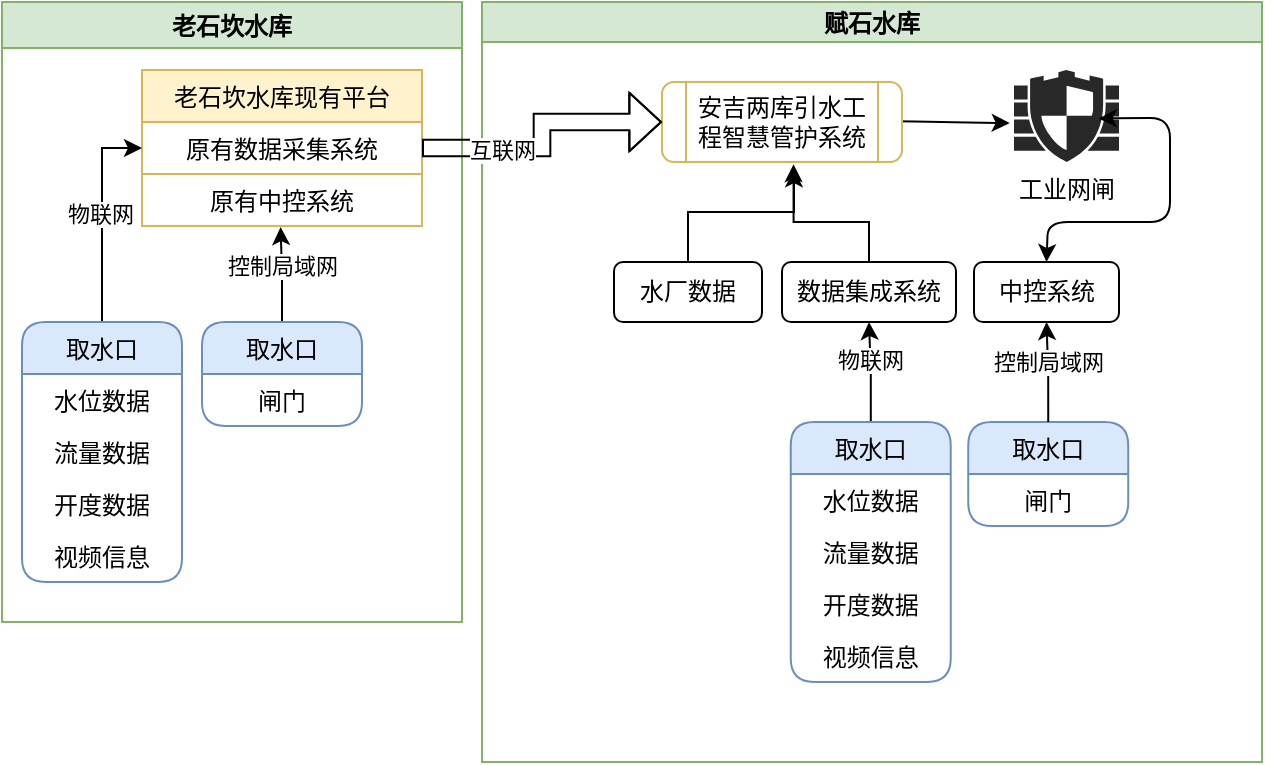
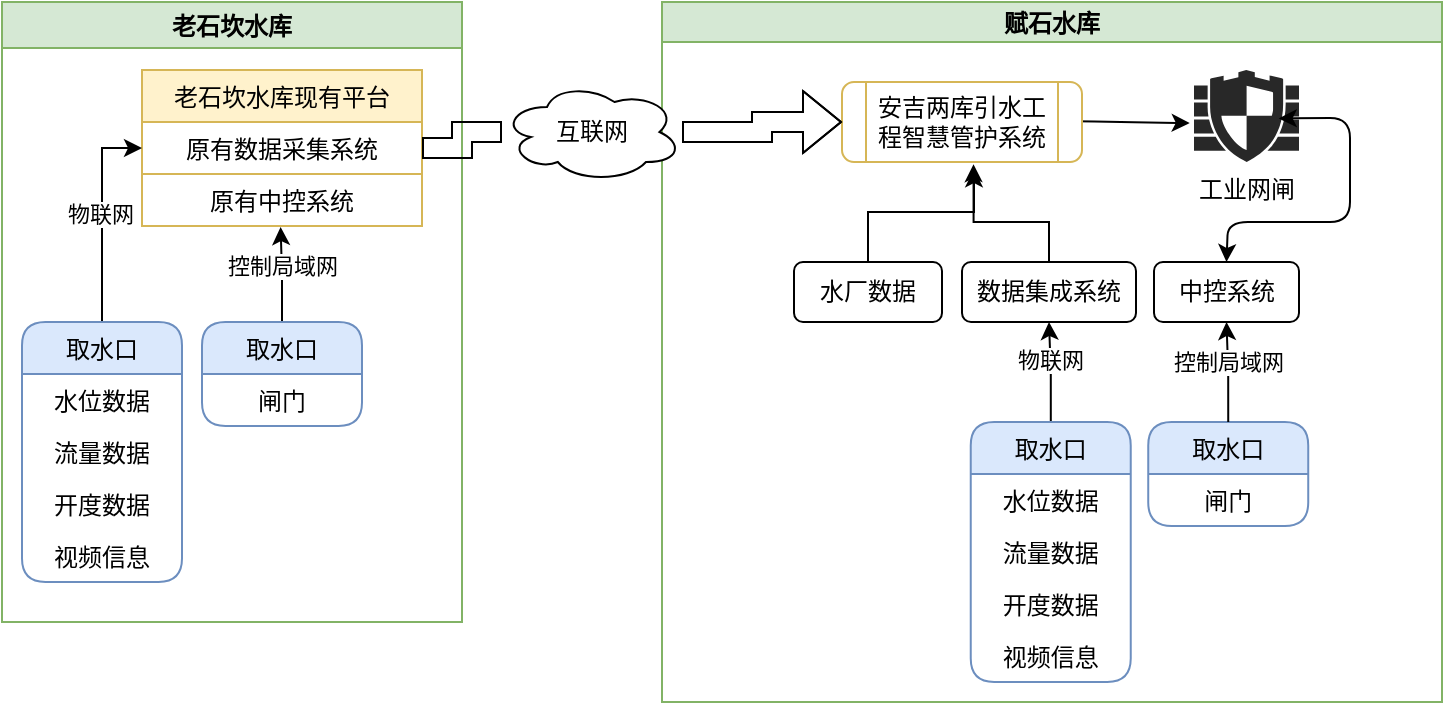
- <mxfile host="app.diagrams.net" modified="2021-09-18T05:41:10.946Z" agent="5.0 (Windows NT 10.0; Win64; x64) AppleWebKit/537.36 (KHTML, like Gecko) Chrome/93.0.4577.82 Safari/537.36 Edg/93.0.961.52" etag="c35yupZSxRiQ1oud-r6r" version="14.8.0" type="github">
+ <mxfile host="app.diagrams.net" modified="2021-09-18T05:45:09.863Z" agent="5.0 (Windows NT 10.0; Win64; x64) AppleWebKit/537.36 (KHTML, like Gecko) Chrome/93.0.4577.82 Safari/537.36 Edg/93.0.961.52" etag="7y-7q9VRdvFOwpdavUjz" version="14.8.0" type="github">
  <diagram id="v89iMYd2DjBNGdAJLiYk" name="Page-1">
    <mxGraphModel dx="683" dy="363" grid="1" gridSize="10" guides="1" tooltips="1" connect="1" arrows="1" fold="1" page="1" pageScale="1" pageWidth="827" pageHeight="1169" math="0" shadow="0">
      <root>
        <mxCell id="0" />
        <mxCell id="1" parent="0" />
        <mxCell id="1meufm5pPCAuNKvldUBH-1" value="老石坎水库" style="swimlane;fillColor=#d5e8d4;strokeColor=#82b366;" parent="1" vertex="1">
-           <mxGeometry x="150" y="130" width="230" height="310" as="geometry">
+           <mxGeometry x="60" y="130" width="230" height="310" as="geometry">
            <mxRectangle x="150" y="130" width="90" height="23" as="alternateBounds" />
          </mxGeometry>
        </mxCell>
        <mxCell id="rkCiEfMvTKPaeprXMYrk-80" value="老石坎水库现有平台" style="swimlane;fontStyle=0;childLayout=stackLayout;horizontal=1;startSize=26;horizontalStack=0;resizeParent=1;resizeParentMax=0;resizeLast=0;collapsible=1;marginBottom=0;swimlaneLine=1;rounded=0;shadow=0;sketch=0;glass=0;swimlaneFillColor=none;fillColor=#fff2cc;strokeColor=#d6b656;" vertex="1" parent="1meufm5pPCAuNKvldUBH-1">
          <mxGeometry x="70" y="34" width="140" height="78" as="geometry">
            <mxRectangle x="108.75" y="220" width="70" height="26" as="alternateBounds" />
          </mxGeometry>
        </mxCell>
        <mxCell id="rkCiEfMvTKPaeprXMYrk-81" value="原有数据采集系统" style="text;fillColor=none;align=center;verticalAlign=top;spacingLeft=4;spacingRight=4;overflow=hidden;rotatable=0;points=[[0,0.5],[1,0.5]];portConstraint=eastwest;rounded=0;glass=0;shadow=0;strokeColor=#D6B656;" vertex="1" parent="rkCiEfMvTKPaeprXMYrk-80">
          <mxGeometry y="26" width="140" height="26" as="geometry" />
        </mxCell>
        <mxCell id="rkCiEfMvTKPaeprXMYrk-82" value="原有中控系统" style="text;fillColor=none;align=center;verticalAlign=top;spacingLeft=4;spacingRight=4;overflow=hidden;rotatable=0;points=[[0,0.5],[1,0.5]];portConstraint=eastwest;imageAspect=1;" vertex="1" parent="rkCiEfMvTKPaeprXMYrk-80">
          <mxGeometry y="52" width="140" height="26" as="geometry" />
        </mxCell>
        <mxCell id="rkCiEfMvTKPaeprXMYrk-88" style="edgeStyle=orthogonalEdgeStyle;rounded=0;orthogonalLoop=1;jettySize=auto;html=1;entryX=0;entryY=0.5;entryDx=0;entryDy=0;" edge="1" parent="1meufm5pPCAuNKvldUBH-1" source="rkCiEfMvTKPaeprXMYrk-75" target="rkCiEfMvTKPaeprXMYrk-81">
          <mxGeometry relative="1" as="geometry" />
        </mxCell>
        <mxCell id="rkCiEfMvTKPaeprXMYrk-95" value="物联网" style="edgeLabel;html=1;align=center;verticalAlign=middle;resizable=0;points=[];" vertex="1" connectable="0" parent="rkCiEfMvTKPaeprXMYrk-88">
          <mxGeometry x="0.0218" y="1" relative="1" as="geometry">
            <mxPoint as="offset" />
          </mxGeometry>
        </mxCell>
        <mxCell id="rkCiEfMvTKPaeprXMYrk-75" value="取水口" style="swimlane;fontStyle=0;childLayout=stackLayout;horizontal=1;startSize=26;horizontalStack=0;resizeParent=1;resizeParentMax=0;resizeLast=0;collapsible=1;marginBottom=0;swimlaneLine=1;rounded=1;shadow=0;sketch=0;glass=0;swimlaneFillColor=none;fillColor=#dae8fc;strokeColor=#6c8ebf;" vertex="1" parent="1meufm5pPCAuNKvldUBH-1">
          <mxGeometry x="10" y="160" width="80" height="130" as="geometry">
            <mxRectangle x="400" y="410" width="70" height="26" as="alternateBounds" />
          </mxGeometry>
        </mxCell>
        <mxCell id="rkCiEfMvTKPaeprXMYrk-76" value="水位数据" style="text;strokeColor=none;fillColor=none;align=center;verticalAlign=top;spacingLeft=4;spacingRight=4;overflow=hidden;rotatable=0;points=[[0,0.5],[1,0.5]];portConstraint=eastwest;" vertex="1" parent="rkCiEfMvTKPaeprXMYrk-75">
          <mxGeometry y="26" width="80" height="26" as="geometry" />
        </mxCell>
        <mxCell id="rkCiEfMvTKPaeprXMYrk-77" value="流量数据" style="text;strokeColor=none;fillColor=none;align=center;verticalAlign=top;spacingLeft=4;spacingRight=4;overflow=hidden;rotatable=0;points=[[0,0.5],[1,0.5]];portConstraint=eastwest;" vertex="1" parent="rkCiEfMvTKPaeprXMYrk-75">
          <mxGeometry y="52" width="80" height="26" as="geometry" />
        </mxCell>
        <mxCell id="rkCiEfMvTKPaeprXMYrk-78" value="开度数据" style="text;strokeColor=none;fillColor=none;align=center;verticalAlign=top;spacingLeft=4;spacingRight=4;overflow=hidden;rotatable=0;points=[[0,0.5],[1,0.5]];portConstraint=eastwest;" vertex="1" parent="rkCiEfMvTKPaeprXMYrk-75">
          <mxGeometry y="78" width="80" height="26" as="geometry" />
        </mxCell>
        <mxCell id="rkCiEfMvTKPaeprXMYrk-79" value="视频信息" style="text;strokeColor=none;fillColor=none;align=center;verticalAlign=top;spacingLeft=4;spacingRight=4;overflow=hidden;rotatable=0;points=[[0,0.5],[1,0.5]];portConstraint=eastwest;" vertex="1" parent="rkCiEfMvTKPaeprXMYrk-75">
          <mxGeometry y="104" width="80" height="26" as="geometry" />
        </mxCell>
        <mxCell id="rkCiEfMvTKPaeprXMYrk-87" style="edgeStyle=orthogonalEdgeStyle;rounded=0;orthogonalLoop=1;jettySize=auto;html=1;entryX=0.495;entryY=1.021;entryDx=0;entryDy=0;entryPerimeter=0;" edge="1" parent="1meufm5pPCAuNKvldUBH-1" source="rkCiEfMvTKPaeprXMYrk-73" target="rkCiEfMvTKPaeprXMYrk-82">
          <mxGeometry relative="1" as="geometry" />
        </mxCell>
        <mxCell id="rkCiEfMvTKPaeprXMYrk-97" value="控制局域网" style="edgeLabel;html=1;align=center;verticalAlign=middle;resizable=0;points=[];" vertex="1" connectable="0" parent="rkCiEfMvTKPaeprXMYrk-87">
          <mxGeometry x="0.205" relative="1" as="geometry">
            <mxPoint as="offset" />
          </mxGeometry>
        </mxCell>
        <mxCell id="rkCiEfMvTKPaeprXMYrk-73" value="取水口" style="swimlane;fontStyle=0;childLayout=stackLayout;horizontal=1;startSize=26;horizontalStack=0;resizeParent=1;resizeParentMax=0;resizeLast=0;collapsible=1;marginBottom=0;swimlaneLine=1;rounded=1;shadow=0;sketch=0;glass=0;swimlaneFillColor=none;fillColor=#dae8fc;strokeColor=#6c8ebf;" vertex="1" parent="1meufm5pPCAuNKvldUBH-1">
          <mxGeometry x="100" y="160" width="80" height="52" as="geometry">
            <mxRectangle x="400" y="410" width="70" height="26" as="alternateBounds" />
          </mxGeometry>
        </mxCell>
        <mxCell id="rkCiEfMvTKPaeprXMYrk-74" value="闸门" style="text;strokeColor=none;fillColor=none;align=center;verticalAlign=top;spacingLeft=4;spacingRight=4;overflow=hidden;rotatable=0;points=[[0,0.5],[1,0.5]];portConstraint=eastwest;" vertex="1" parent="rkCiEfMvTKPaeprXMYrk-73">
          <mxGeometry y="26" width="80" height="26" as="geometry" />
        </mxCell>
        <mxCell id="1meufm5pPCAuNKvldUBH-6" value="赋石水库" style="swimlane;startSize=20;horizontal=1;containerType=tree;newEdgeStyle={&quot;edgeStyle&quot;:&quot;elbowEdgeStyle&quot;,&quot;startArrow&quot;:&quot;none&quot;,&quot;endArrow&quot;:&quot;none&quot;};fillColor=#d5e8d4;strokeColor=#82b366;" parent="1" vertex="1">
-           <mxGeometry x="390" y="130" width="390" height="380" as="geometry" />
+           <mxGeometry x="390" y="130" width="390" height="350" as="geometry" />
        </mxCell>
        <mxCell id="1meufm5pPCAuNKvldUBH-12" value="中控系统" style="rounded=1;whiteSpace=wrap;html=1;" parent="1meufm5pPCAuNKvldUBH-6" vertex="1">
          <mxGeometry x="246" y="130" width="72.5" height="30" as="geometry" />
        </mxCell>
        <mxCell id="rkCiEfMvTKPaeprXMYrk-26" value="工业网闸" style="verticalLabelPosition=bottom;html=1;fillColor=#282828;strokeColor=none;verticalAlign=top;pointerEvents=1;align=center;shape=mxgraph.cisco_safe.security_icons.ngfw;sketch=0;" vertex="1" parent="1meufm5pPCAuNKvldUBH-6">
          <mxGeometry x="266" y="34" width="52.5" height="46" as="geometry" />
        </mxCell>
        <mxCell id="rkCiEfMvTKPaeprXMYrk-32" value="" style="endArrow=classic;startArrow=classic;html=1;entryX=-0.041;entryY=0.577;entryDx=0;entryDy=0;entryPerimeter=0;" edge="1" parent="1meufm5pPCAuNKvldUBH-6" target="rkCiEfMvTKPaeprXMYrk-26">
          <mxGeometry width="50" height="50" relative="1" as="geometry">
            <mxPoint x="200" y="59.5" as="sourcePoint" />
            <mxPoint x="246" y="40" as="targetPoint" />
            <Array as="points">
              <mxPoint x="226" y="60" />
            </Array>
          </mxGeometry>
        </mxCell>
        <mxCell id="rkCiEfMvTKPaeprXMYrk-33" value="" style="endArrow=classic;startArrow=classic;html=1;jumpSize=6;entryX=0.807;entryY=0.526;entryDx=0;entryDy=0;entryPerimeter=0;exitX=0.5;exitY=0;exitDx=0;exitDy=0;" edge="1" parent="1meufm5pPCAuNKvldUBH-6" source="1meufm5pPCAuNKvldUBH-12" target="rkCiEfMvTKPaeprXMYrk-26">
          <mxGeometry width="50" height="50" relative="1" as="geometry">
            <mxPoint x="242.25" y="194.5" as="sourcePoint" />
            <mxPoint x="301" y="100" as="targetPoint" />
            <Array as="points">
              <mxPoint x="283" y="110" />
              <mxPoint x="344" y="110" />
              <mxPoint x="344" y="58" />
            </Array>
          </mxGeometry>
        </mxCell>
        <mxCell id="rkCiEfMvTKPaeprXMYrk-6" value="取水口" style="swimlane;fontStyle=0;childLayout=stackLayout;horizontal=1;startSize=26;horizontalStack=0;resizeParent=1;resizeParentMax=0;resizeLast=0;collapsible=1;marginBottom=0;swimlaneLine=1;rounded=1;shadow=0;sketch=0;glass=0;swimlaneFillColor=none;fillColor=#dae8fc;strokeColor=#6c8ebf;" vertex="1" parent="1meufm5pPCAuNKvldUBH-6">
          <mxGeometry x="243.12" y="210" width="80" height="52" as="geometry">
            <mxRectangle x="400" y="410" width="70" height="26" as="alternateBounds" />
          </mxGeometry>
        </mxCell>
        <mxCell id="rkCiEfMvTKPaeprXMYrk-7" value="闸门" style="text;strokeColor=none;fillColor=none;align=center;verticalAlign=top;spacingLeft=4;spacingRight=4;overflow=hidden;rotatable=0;points=[[0,0.5],[1,0.5]];portConstraint=eastwest;" vertex="1" parent="rkCiEfMvTKPaeprXMYrk-6">
          <mxGeometry y="26" width="80" height="26" as="geometry" />
        </mxCell>
        <mxCell id="rkCiEfMvTKPaeprXMYrk-11" value="" style="edgeStyle=orthogonalEdgeStyle;rounded=0;orthogonalLoop=1;jettySize=auto;html=1;exitX=0.5;exitY=0;exitDx=0;exitDy=0;" edge="1" parent="1meufm5pPCAuNKvldUBH-6" source="rkCiEfMvTKPaeprXMYrk-6" target="1meufm5pPCAuNKvldUBH-12">
          <mxGeometry relative="1" as="geometry">
            <Array as="points" />
          </mxGeometry>
        </mxCell>
        <mxCell id="rkCiEfMvTKPaeprXMYrk-13" value="控制局域网" style="edgeLabel;html=1;align=center;verticalAlign=middle;resizable=0;points=[];" vertex="1" connectable="0" parent="rkCiEfMvTKPaeprXMYrk-11">
          <mxGeometry x="0.2444" relative="1" as="geometry">
            <mxPoint as="offset" />
          </mxGeometry>
        </mxCell>
        <mxCell id="rkCiEfMvTKPaeprXMYrk-67" style="edgeStyle=orthogonalEdgeStyle;rounded=0;orthogonalLoop=1;jettySize=auto;html=1;entryX=0.5;entryY=1;entryDx=0;entryDy=0;" edge="1" parent="1meufm5pPCAuNKvldUBH-6" source="1meufm5pPCAuNKvldUBH-21" target="rkCiEfMvTKPaeprXMYrk-45">
          <mxGeometry relative="1" as="geometry" />
        </mxCell>
        <mxCell id="rkCiEfMvTKPaeprXMYrk-69" value="物联网" style="edgeLabel;html=1;align=center;verticalAlign=middle;resizable=0;points=[];" vertex="1" connectable="0" parent="rkCiEfMvTKPaeprXMYrk-67">
          <mxGeometry x="0.2649" relative="1" as="geometry">
            <mxPoint as="offset" />
          </mxGeometry>
        </mxCell>
        <mxCell id="1meufm5pPCAuNKvldUBH-21" value="取水口" style="swimlane;fontStyle=0;childLayout=stackLayout;horizontal=1;startSize=26;horizontalStack=0;resizeParent=1;resizeParentMax=0;resizeLast=0;collapsible=1;marginBottom=0;swimlaneLine=1;rounded=1;shadow=0;sketch=0;glass=0;swimlaneFillColor=none;fillColor=#dae8fc;strokeColor=#6c8ebf;" parent="1meufm5pPCAuNKvldUBH-6" vertex="1">
          <mxGeometry x="154.37" y="210" width="80" height="130" as="geometry">
            <mxRectangle x="400" y="410" width="70" height="26" as="alternateBounds" />
          </mxGeometry>
        </mxCell>
        <mxCell id="1meufm5pPCAuNKvldUBH-22" value="水位数据" style="text;strokeColor=none;fillColor=none;align=center;verticalAlign=top;spacingLeft=4;spacingRight=4;overflow=hidden;rotatable=0;points=[[0,0.5],[1,0.5]];portConstraint=eastwest;" parent="1meufm5pPCAuNKvldUBH-21" vertex="1">
          <mxGeometry y="26" width="80" height="26" as="geometry" />
        </mxCell>
        <mxCell id="1meufm5pPCAuNKvldUBH-23" value="流量数据" style="text;strokeColor=none;fillColor=none;align=center;verticalAlign=top;spacingLeft=4;spacingRight=4;overflow=hidden;rotatable=0;points=[[0,0.5],[1,0.5]];portConstraint=eastwest;" parent="1meufm5pPCAuNKvldUBH-21" vertex="1">
          <mxGeometry y="52" width="80" height="26" as="geometry" />
        </mxCell>
        <mxCell id="1meufm5pPCAuNKvldUBH-24" value="开度数据" style="text;strokeColor=none;fillColor=none;align=center;verticalAlign=top;spacingLeft=4;spacingRight=4;overflow=hidden;rotatable=0;points=[[0,0.5],[1,0.5]];portConstraint=eastwest;" parent="1meufm5pPCAuNKvldUBH-21" vertex="1">
          <mxGeometry y="78" width="80" height="26" as="geometry" />
        </mxCell>
        <mxCell id="rkCiEfMvTKPaeprXMYrk-2" value="视频信息" style="text;strokeColor=none;fillColor=none;align=center;verticalAlign=top;spacingLeft=4;spacingRight=4;overflow=hidden;rotatable=0;points=[[0,0.5],[1,0.5]];portConstraint=eastwest;" vertex="1" parent="1meufm5pPCAuNKvldUBH-21">
          <mxGeometry y="104" width="80" height="26" as="geometry" />
        </mxCell>
        <mxCell id="rkCiEfMvTKPaeprXMYrk-68" style="edgeStyle=orthogonalEdgeStyle;rounded=0;orthogonalLoop=1;jettySize=auto;html=1;exitX=0.5;exitY=0;exitDx=0;exitDy=0;entryX=0.548;entryY=1.027;entryDx=0;entryDy=0;entryPerimeter=0;" edge="1" parent="1meufm5pPCAuNKvldUBH-6" source="rkCiEfMvTKPaeprXMYrk-45" target="rkCiEfMvTKPaeprXMYrk-98">
          <mxGeometry relative="1" as="geometry">
            <mxPoint x="194" y="90" as="targetPoint" />
            <Array as="points">
              <mxPoint x="194" y="110" />
              <mxPoint x="156" y="110" />
            </Array>
          </mxGeometry>
        </mxCell>
        <mxCell id="rkCiEfMvTKPaeprXMYrk-45" value="数据集成系统" style="rounded=1;whiteSpace=wrap;html=1;" vertex="1" parent="1meufm5pPCAuNKvldUBH-6">
          <mxGeometry x="150" y="130" width="87" height="30" as="geometry" />
        </mxCell>
        <mxCell id="rkCiEfMvTKPaeprXMYrk-101" style="edgeStyle=orthogonalEdgeStyle;rounded=0;orthogonalLoop=1;jettySize=auto;html=1;entryX=0.55;entryY=1.09;entryDx=0;entryDy=0;entryPerimeter=0;" edge="1" parent="1meufm5pPCAuNKvldUBH-6" source="rkCiEfMvTKPaeprXMYrk-70" target="rkCiEfMvTKPaeprXMYrk-98">
          <mxGeometry relative="1" as="geometry" />
        </mxCell>
        <mxCell id="rkCiEfMvTKPaeprXMYrk-70" value="水厂数据" style="rounded=1;whiteSpace=wrap;html=1;" vertex="1" parent="1meufm5pPCAuNKvldUBH-6">
          <mxGeometry x="66" y="130" width="74" height="30" as="geometry" />
        </mxCell>
        <mxCell id="rkCiEfMvTKPaeprXMYrk-98" value="安吉两库引水工程智慧管护系统" style="shape=process;whiteSpace=wrap;html=1;backgroundOutline=1;rounded=1;shadow=0;glass=0;sketch=0;strokeColor=#D6B656;" vertex="1" parent="1meufm5pPCAuNKvldUBH-6">
          <mxGeometry x="90" y="40" width="120" height="40" as="geometry" />
        </mxCell>
-         <mxCell id="rkCiEfMvTKPaeprXMYrk-90" style="edgeStyle=orthogonalEdgeStyle;shape=flexArrow;rounded=0;orthogonalLoop=1;jettySize=auto;html=1;exitX=1;exitY=0.5;exitDx=0;exitDy=0;width=8.333333333333334;endSize=4.941666666666666;entryX=0;entryY=0.5;entryDx=0;entryDy=0;" edge="1" parent="1" source="rkCiEfMvTKPaeprXMYrk-81" target="rkCiEfMvTKPaeprXMYrk-98">
+         <mxCell id="rkCiEfMvTKPaeprXMYrk-116" style="edgeStyle=orthogonalEdgeStyle;rounded=0;orthogonalLoop=1;jettySize=auto;html=1;entryX=0;entryY=0.5;entryDx=0;entryDy=0;shape=flexArrow;startArrow=none;" edge="1" parent="1" source="rkCiEfMvTKPaeprXMYrk-113" target="rkCiEfMvTKPaeprXMYrk-98">
+           <mxGeometry relative="1" as="geometry" />
+         </mxCell>
+         <mxCell id="rkCiEfMvTKPaeprXMYrk-113" value="互联网" style="ellipse;shape=cloud;whiteSpace=wrap;html=1;align=center;rounded=1;shadow=0;glass=0;sketch=0;" vertex="1" parent="1">
+           <mxGeometry x="310" y="170" width="90" height="50" as="geometry" />
+         </mxCell>
+         <mxCell id="rkCiEfMvTKPaeprXMYrk-117" value="" style="edgeStyle=orthogonalEdgeStyle;rounded=0;orthogonalLoop=1;jettySize=auto;html=1;entryX=0;entryY=0.5;entryDx=0;entryDy=0;shape=flexArrow;endArrow=none;" edge="1" parent="1" source="rkCiEfMvTKPaeprXMYrk-81" target="rkCiEfMvTKPaeprXMYrk-113">
          <mxGeometry relative="1" as="geometry">
-             <mxPoint x="480" y="190" as="targetPoint" />
-           </mxGeometry>
-         </mxCell>
-         <mxCell id="rkCiEfMvTKPaeprXMYrk-92" value="互联网" style="edgeLabel;html=1;align=center;verticalAlign=middle;resizable=0;points=[];" vertex="1" connectable="0" parent="rkCiEfMvTKPaeprXMYrk-90">
-           <mxGeometry x="-0.3951" y="-1" relative="1" as="geometry">
-             <mxPoint as="offset" />
+             <mxPoint x="270" y="203" as="sourcePoint" />
+             <mxPoint x="480" y="189.99999999999994" as="targetPoint" />
          </mxGeometry>
        </mxCell>
      </root>
    </mxGraphModel>
  </diagram>
</mxfile>
